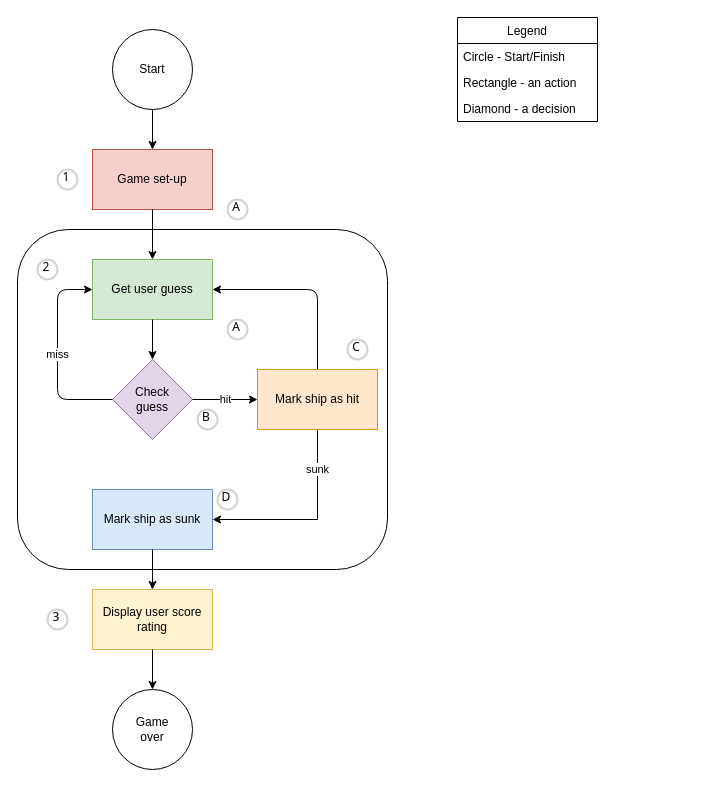
Before: chapter2/practice/battleship-game-user-flow.drawio in BindingOx/Head-First-JavaScript, a draw.io diagram. Source tidied: cells renumbered, new cells numbered last; positions are measured from the earlier drawing's top-left corner, leaving out a move shared by most shapes. Both pictures are drawn from the tidied source at 100%, with x=0, y=0 at pixel (17, 17).
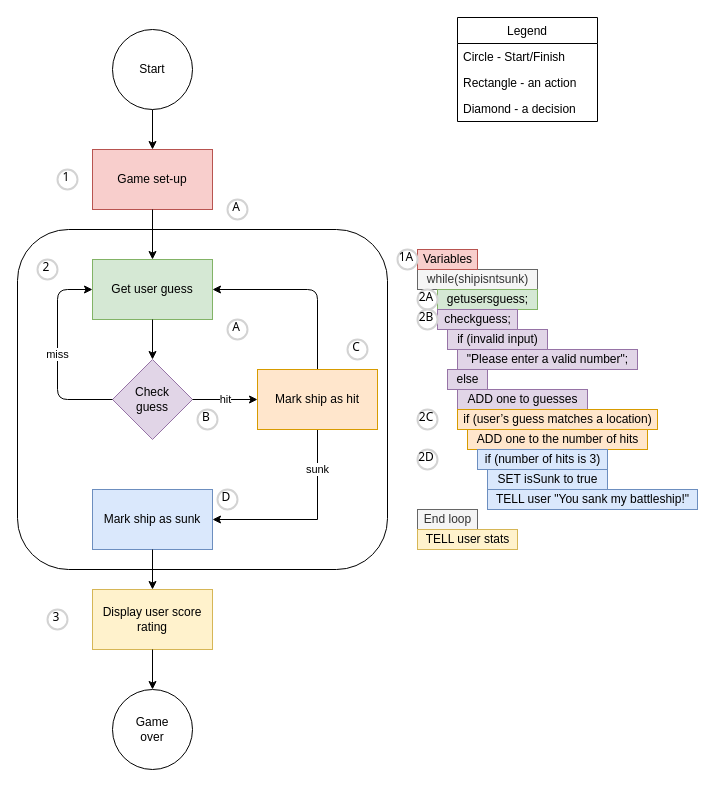
Above is the later version.

Diff of the diagram source:
```diff
@@
+    <mxCell id="33" parent="0" />
+    <mxCell id="34" value="while(shipisntsunk)" style="text;html=1;align=center;verticalAlign=middle;rounded=0;fillColor=#f5f5f5;fontColor=#333333;strokeColor=#666666;" parent="33" vertex="1">
+      <mxGeometry x="400" y="252" width="120" height="20" as="geometry" />
+    </mxCell>
+    <mxCell id="35" value="getusersguess;" style="text;html=1;align=center;verticalAlign=middle;fillColor=#d5e8d4;strokeColor=#82b366;rounded=0;" parent="33" vertex="1">
+      <mxGeometry x="420" y="272" width="100" height="20" as="geometry" />
+    </mxCell>
+    <mxCell id="36" value="checkguess;" style="text;html=1;align=center;verticalAlign=middle;fillColor=#e1d5e7;strokeColor=#9673a6;rounded=0;" parent="33" vertex="1">
+      <mxGeometry x="420" y="292" width="80" height="20" as="geometry" />
+    </mxCell>
+    <mxCell id="37" value="if (invalid input)" style="text;html=1;align=center;verticalAlign=middle;fillColor=#e1d5e7;strokeColor=#9673a6;rounded=0;" parent="33" vertex="1">
+      <mxGeometry x="430" y="312" width="100" height="20" as="geometry" />
+    </mxCell>
+    <mxCell id="38" value="2A" style="ellipse;whiteSpace=wrap;html=1;strokeWidth=2;fontFamily=Tahoma;spacingBottom=4;spacingRight=2;strokeColor=#d3d3d3;" parent="33" vertex="1">
+      <mxGeometry x="400" y="272" width="20" height="20" as="geometry" />
+    </mxCell>
+    <mxCell id="39" value="&quot;Please enter a valid number&quot;;" style="text;html=1;align=center;verticalAlign=middle;fillColor=#e1d5e7;strokeColor=#9673a6;rounded=0;" parent="33" vertex="1">
+      <mxGeometry x="440" y="332" width="180" height="20" as="geometry" />
+    </mxCell>
+    <mxCell id="40" value="2B" style="ellipse;whiteSpace=wrap;html=1;strokeWidth=2;fontFamily=Tahoma;spacingBottom=4;spacingRight=2;strokeColor=#d3d3d3;" parent="33" vertex="1">
+      <mxGeometry x="400" y="292" width="20" height="20" as="geometry" />
+    </mxCell>
+    <mxCell id="41" value="else" style="text;html=1;align=center;verticalAlign=middle;fillColor=#e1d5e7;strokeColor=#9673a6;rounded=0;" parent="33" vertex="1">
+      <mxGeometry x="430" y="352" width="40" height="20" as="geometry" />
+    </mxCell>
+    <mxCell id="42" value="ADD one to guesses" style="text;html=1;align=center;verticalAlign=middle;fillColor=#e1d5e7;strokeColor=#9673a6;rounded=0;" parent="33" vertex="1">
+      <mxGeometry x="440" y="372" width="130" height="20" as="geometry" />
+    </mxCell>
+    <mxCell id="43" value="if (user’s guess matches a location)" style="text;html=1;align=center;verticalAlign=middle;fillColor=#ffe6cc;strokeColor=#d79b00;rounded=0;" parent="33" vertex="1">
+      <mxGeometry x="440" y="392" width="200" height="20" as="geometry" />
+    </mxCell>
+    <mxCell id="44" value="ADD one to the number of hits" style="text;html=1;align=center;verticalAlign=middle;fillColor=#ffe6cc;strokeColor=#d79b00;rounded=0;" parent="33" vertex="1">
+      <mxGeometry x="450" y="412" width="180" height="20" as="geometry" />
+    </mxCell>
+    <mxCell id="45" value="if (number of hits is 3)" style="text;html=1;align=center;verticalAlign=middle;fillColor=#dae8fc;strokeColor=#6c8ebf;rounded=0;" parent="33" vertex="1">
+      <mxGeometry x="460" y="432" width="130" height="20" as="geometry" />
+    </mxCell>
+    <mxCell id="46" value="SET isSunk to true" style="text;html=1;align=center;verticalAlign=middle;fillColor=#dae8fc;strokeColor=#6c8ebf;rounded=0;" parent="33" vertex="1">
+      <mxGeometry x="470" y="452" width="120" height="20" as="geometry" />
+    </mxCell>
+    <mxCell id="47" value="TELL user &quot;You sank my battleship!&quot;" style="text;html=1;align=center;verticalAlign=middle;fillColor=#dae8fc;strokeColor=#6c8ebf;rounded=0;" parent="33" vertex="1">
+      <mxGeometry x="470" y="472" width="210" height="20" as="geometry" />
+    </mxCell>
+    <mxCell id="48" value="2C" style="ellipse;whiteSpace=wrap;html=1;strokeWidth=2;fontFamily=Tahoma;spacingBottom=4;spacingRight=2;strokeColor=#d3d3d3;" parent="33" vertex="1">
+      <mxGeometry x="400" y="392" width="20" height="20" as="geometry" />
+    </mxCell>
+    <mxCell id="49" value="2D" style="ellipse;whiteSpace=wrap;html=1;strokeWidth=2;fontFamily=Tahoma;spacingBottom=4;spacingRight=2;strokeColor=#d3d3d3;" parent="33" vertex="1">
+      <mxGeometry x="400" y="432" width="20" height="20" as="geometry" />
+    </mxCell>
+    <mxCell id="50" value="End loop" style="text;html=1;align=center;verticalAlign=middle;fillColor=#f5f5f5;strokeColor=#666666;rounded=0;fontColor=#333333;" parent="33" vertex="1">
+      <mxGeometry x="400" y="492" width="60" height="20" as="geometry" />
+    </mxCell>
+    <mxCell id="51" value="TELL user stats" style="text;html=1;align=center;verticalAlign=middle;fillColor=#fff2cc;strokeColor=#d6b656;rounded=0;" parent="33" vertex="1">
+      <mxGeometry x="400" y="512" width="100" height="20" as="geometry" />
+    </mxCell>
+    <mxCell id="52" value="Variables" style="text;html=1;align=center;verticalAlign=middle;fillColor=#f8cecc;strokeColor=#b85450;rounded=0;" parent="33" vertex="1">
+      <mxGeometry x="400" y="232" width="60" height="20" as="geometry" />
+    </mxCell>
+    <mxCell id="53" value="1A" style="ellipse;whiteSpace=wrap;html=1;strokeWidth=2;fontFamily=Tahoma;spacingBottom=4;spacingRight=2;strokeColor=#d3d3d3;" parent="33" vertex="1">
+      <mxGeometry x="380" y="232" width="20" height="20" as="geometry" />
+    </mxCell>
```
